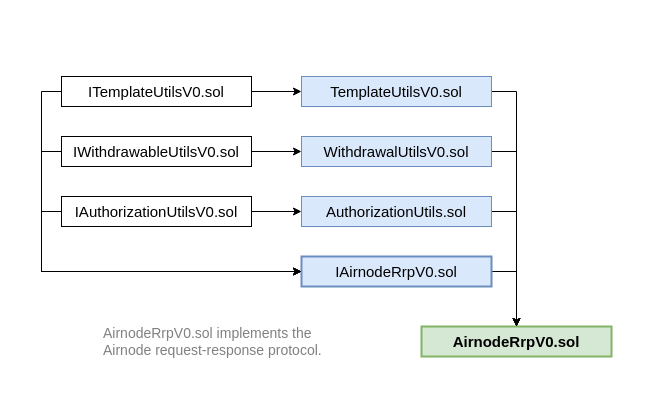
The draw.io diagram docs/reference/airnode/latest/assets/diagrams/RRP-protocol-contracts.drawio in api3dao/vitepress-docs, before the edit. Source tidied: cells renumbered, new cells numbered last; positions are measured from the earlier drawing's top-left corner, leaving out a move shared by most shapes. Both pictures are drawn from the tidied source at 100%, with x=0, y=0 at pixel (61, 76).
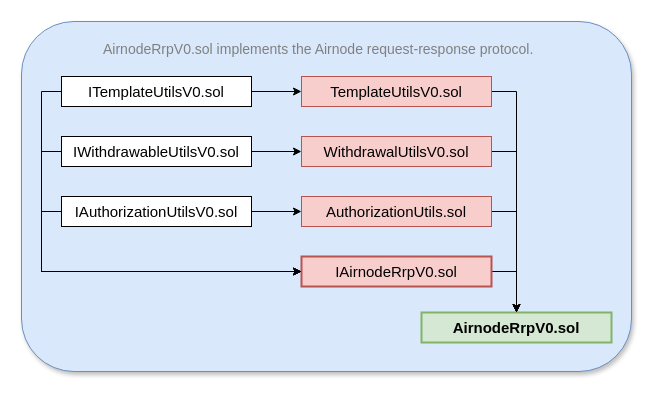
The same diagram, later.

Diff of the diagram source:
```diff
@@
+    <mxCell id="21" style="rounded=1;whiteSpace=wrap;html=1;fillColor=#dae8fc;strokeColor=#6c8ebf;shadow=1;" parent="1" vertex="1">
+      <mxGeometry x="-40" y="-55" width="610" height="350" as="geometry" />
+    </mxCell>
     <mxCell id="2" value="AirnodeRrpV0.sol" style="rounded=0;whiteSpace=wrap;html=1;strokeWidth=2;fontStyle=1;fontSize=15;fillColor=#d5e8d4;strokeColor=#82b366;" parent="1" vertex="1">
-      <mxGeometry x="360" y="250" width="190" height="30" as="geometry" />
+      <mxGeometry x="360" y="236" width="190" height="30" as="geometry" />
     </mxCell>
@@
-    <mxCell id="4" value="AuthorizationUtils.sol" style="rounded=0;whiteSpace=wrap;html=1;fontSize=15;fillColor=#dae8fc;strokeColor=#6c8ebf;" parent="1" vertex="1">
+    <mxCell id="4" value="AuthorizationUtils.sol" style="rounded=0;whiteSpace=wrap;html=1;fontSize=15;fillColor=#f8cecc;strokeColor=#b85450;" parent="1" vertex="1">
       <mxGeometry x="240" y="120" width="190" height="30" as="geometry" />
     </mxCell>
@@
-    <mxCell id="9" value="IAirnodeRrpV0.sol" style="rounded=0;whiteSpace=wrap;html=1;fontSize=15;strokeWidth=2;fillColor=#dae8fc;strokeColor=#6c8ebf;" parent="1" vertex="1">
+    <mxCell id="9" value="IAirnodeRrpV0.sol" style="rounded=0;whiteSpace=wrap;html=1;fontSize=15;strokeWidth=2;fillColor=#f8cecc;strokeColor=#b85450;" parent="1" vertex="1">
       <mxGeometry x="240" y="180" width="190" height="30" as="geometry" />
     </mxCell>
@@
-    <mxCell id="11" value="TemplateUtilsV0.sol" style="rounded=0;whiteSpace=wrap;html=1;fontSize=15;fillColor=#dae8fc;strokeColor=#6c8ebf;" parent="1" vertex="1">
+    <mxCell id="11" value="TemplateUtilsV0.sol" style="rounded=0;whiteSpace=wrap;html=1;fontSize=15;fillColor=#f8cecc;strokeColor=#b85450;" parent="1" vertex="1">
       <mxGeometry x="240" width="190" height="30" as="geometry" />
     </mxCell>
@@
-    <mxCell id="13" value="WithdrawalUtilsV0.sol" style="rounded=0;whiteSpace=wrap;html=1;fontSize=15;fillColor=#dae8fc;strokeColor=#6c8ebf;" parent="1" vertex="1">
+    <mxCell id="13" value="WithdrawalUtilsV0.sol" style="rounded=0;whiteSpace=wrap;html=1;fontSize=15;fillColor=#f8cecc;strokeColor=#b85450;" parent="1" vertex="1">
       <mxGeometry x="240" y="60" width="190" height="30" as="geometry" />
     </mxCell>
     <mxCell id="14" value="AirnodeRrpV0.sol implements the Airnode request-response protocol." style="text;html=1;strokeColor=none;fillColor=none;align=left;verticalAlign=middle;whiteSpace=wrap;rounded=0;fontSize=14;fontStyle=0;fontColor=#808080;" parent="1" vertex="1">
-      <mxGeometry x="40" y="240" width="240" height="50" as="geometry" />
+      <mxGeometry x="40" y="-52" width="440" height="50" as="geometry" />
     </mxCell>
@@
+    <mxCell id="22" style="edgeStyle=orthogonalEdgeStyle;rounded=0;orthogonalLoop=1;jettySize=auto;html=1;exitX=0.5;exitY=1;exitDx=0;exitDy=0;" parent="1" edge="1">
+      <mxGeometry relative="1" as="geometry">
+        <mxPoint x="265" y="310" as="sourcePoint" />
+        <mxPoint x="265" y="310" as="targetPoint" />
+      </mxGeometry>
+    </mxCell>
```
